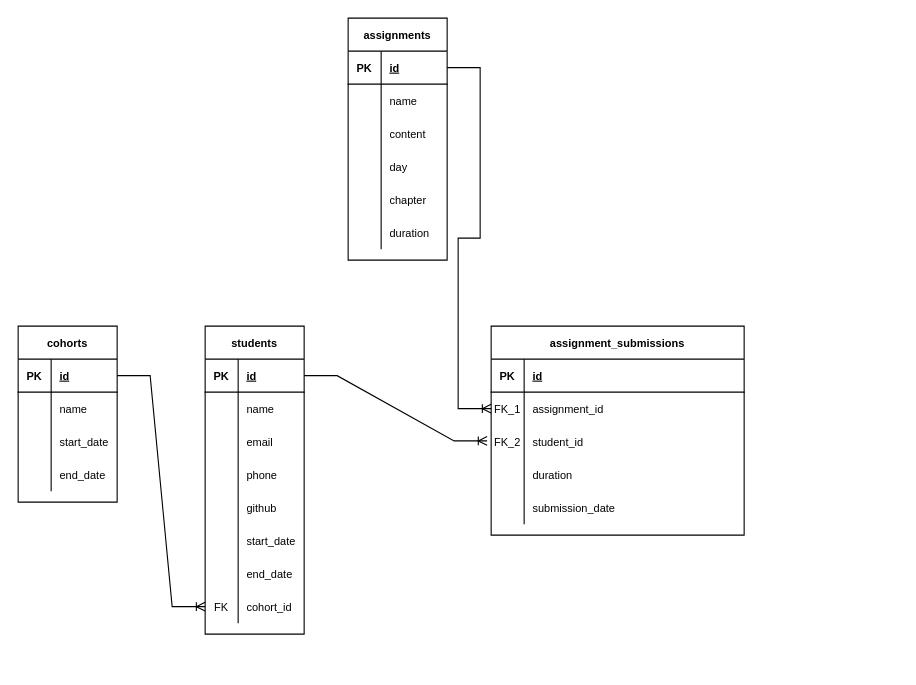
Earlier version of the draw.io diagram BootcampX.drawio (smjeffery22/BootcampX). Source tidied: cells renumbered, new cells numbered last; positions are measured from the earlier drawing's top-left corner, leaving out a move shared by most shapes. Both pictures are drawn from the tidied source at 110%, with x=0, y=0 at pixel (18, 18).
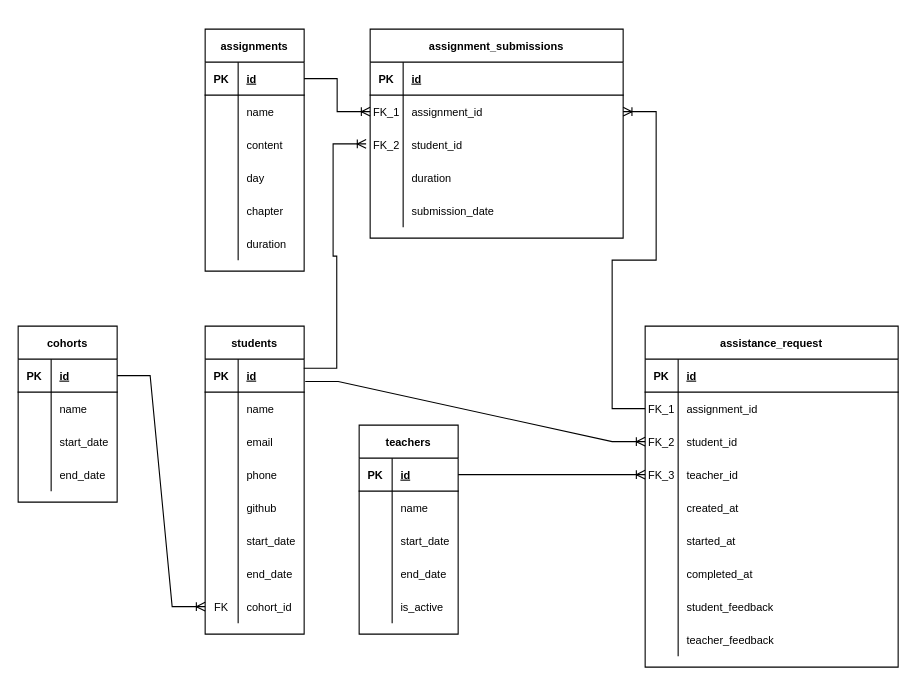
The same diagram, later.

Commit message:
Add teachers and assistance_requests entities

Unchanged cells that the change refers to:
```xml
<mxCell id="16" style="shape=partialRectangle;fillColor=none;points=[[0,0.5],[1,0.5]];portConstraint=eastwest;top=0;left=0;right=0;bottom=1;fontSize=10;" parent="15" vertex="1">
  <mxGeometry y="30" width="90" height="30" as="geometry" />
</mxCell>
<mxCell id="64" style="shape=partialRectangle;fillColor=none;points=[[0,0.5],[1,0.5]];portConstraint=eastwest;top=0;left=0;right=0;bottom=0;fontSize=10;" parent="60" vertex="1">
  <mxGeometry y="60" width="230" height="30" as="geometry" />
</mxCell>
<mxCell id="67" style="shape=partialRectangle;fillColor=none;points=[[0,0.5],[1,0.5]];portConstraint=eastwest;top=0;left=0;right=0;bottom=0;fontSize=10;" parent="60" vertex="1">
  <mxGeometry y="90" width="230" height="30" as="geometry" />
</mxCell>
```

The edit, as a diff of the source:
```diff
@@
     <mxCell id="41" value="assignments" style="shape=table;startSize=30;childLayout=tableLayout;rowLines=0;fontStyle=1;align=center;fontSize=10;" parent="1" vertex="1">
-      <mxGeometry x="300" width="90" height="220" as="geometry" />
+      <mxGeometry x="170" y="10" width="90" height="220" as="geometry" />
     </mxCell>
@@
     <mxCell id="60" value="assignment_submissions" style="shape=table;startSize=30;childLayout=tableLayout;rowLines=0;fontStyle=1;align=center;fontSize=10;" parent="1" vertex="1">
-      <mxGeometry x="430" y="280" width="230" height="190" as="geometry" />
+      <mxGeometry x="320" y="10" width="230" height="190" as="geometry" />
     </mxCell>
@@
-    <mxCell id="77" style="edgeStyle=entityRelationEdgeStyle;fontSize=12;html=1;endArrow=ERoneToMany;rounded=0;entryX=-0.016;entryY=0.478;entryDx=0;entryDy=0;entryPerimeter=0;" parent="1" edge="1" source="16" target="67">
+    <mxCell id="77" style="edgeStyle=entityRelationEdgeStyle;fontSize=12;html=1;endArrow=ERoneToMany;rounded=0;entryX=-0.016;entryY=0.478;entryDx=0;entryDy=0;entryPerimeter=0;exitX=0.996;exitY=0.278;exitDx=0;exitDy=0;exitPerimeter=0;" parent="1" edge="1" source="16" target="67">
       <mxGeometry relative="1" as="geometry" />
     </mxCell>
+    <mxCell id="78" value="teachers" style="shape=table;startSize=30;childLayout=tableLayout;rowLines=0;fontStyle=1;align=center;fontSize=10;" parent="1" vertex="1">
+      <mxGeometry x="310" y="370" width="90" height="190" as="geometry" />
+    </mxCell>
+    <mxCell id="79" style="shape=partialRectangle;fillColor=none;points=[[0,0.5],[1,0.5]];portConstraint=eastwest;top=0;left=0;right=0;bottom=1;fontSize=10;" parent="78" vertex="1">
+      <mxGeometry y="30" width="90" height="30" as="geometry" />
+    </mxCell>
+    <mxCell id="80" value="PK" style="shape=partialRectangle;overflow=hidden;fillColor=none;top=0;left=0;bottom=0;right=0;fontStyle=1;fontSize=10;" parent="79" vertex="1">
+      <mxGeometry width="30" height="30" as="geometry" />
+    </mxCell>
+    <mxCell id="81" value="id" style="shape=partialRectangle;overflow=hidden;fillColor=none;top=0;left=0;bottom=0;right=0;align=left;spacingLeft=6;fontStyle=5;fontSize=10;" parent="79" vertex="1">
+      <mxGeometry x="30" width="60" height="30" as="geometry" />
+    </mxCell>
+    <mxCell id="82" style="shape=partialRectangle;fillColor=none;top=0;left=0;right=0;bottom=0;fontSize=10;" parent="78" vertex="1">
+      <mxGeometry y="60" width="90" height="30" as="geometry" />
+    </mxCell>
+    <mxCell id="83" style="shape=partialRectangle;overflow=hidden;fillColor=none;top=0;left=0;bottom=0;right=0;fontSize=10;" parent="82" vertex="1">
+      <mxGeometry width="30" height="30" as="geometry" />
+    </mxCell>
+    <mxCell id="84" value="name" style="shape=partialRectangle;overflow=hidden;fillColor=none;top=0;left=0;bottom=0;right=0;align=left;spacingLeft=6;fontSize=10;" parent="82" vertex="1">
+      <mxGeometry x="30" width="60" height="30" as="geometry" />
+    </mxCell>
+    <mxCell id="85" style="shape=partialRectangle;fillColor=none;top=0;left=0;right=0;bottom=0;fontSize=10;" parent="78" vertex="1">
+      <mxGeometry y="90" width="90" height="30" as="geometry" />
+    </mxCell>
+    <mxCell id="86" style="shape=partialRectangle;overflow=hidden;fillColor=none;top=0;left=0;bottom=0;right=0;fontSize=10;" parent="85" vertex="1">
+      <mxGeometry width="30" height="30" as="geometry" />
+    </mxCell>
+    <mxCell id="87" value="start_date" style="shape=partialRectangle;overflow=hidden;fillColor=none;top=0;left=0;bottom=0;right=0;align=left;spacingLeft=6;fontSize=10;" parent="85" vertex="1">
+      <mxGeometry x="30" width="60" height="30" as="geometry" />
+    </mxCell>
+    <mxCell id="88" style="shape=partialRectangle;fillColor=none;top=0;left=0;right=0;bottom=0;fontSize=10;" parent="78" vertex="1">
+      <mxGeometry y="120" width="90" height="30" as="geometry" />
+    </mxCell>
+    <mxCell id="89" style="shape=partialRectangle;overflow=hidden;fillColor=none;top=0;left=0;bottom=0;right=0;fontSize=10;" parent="88" vertex="1">
+      <mxGeometry width="30" height="30" as="geometry" />
+    </mxCell>
+    <mxCell id="90" value="end_date" style="shape=partialRectangle;overflow=hidden;fillColor=none;top=0;left=0;bottom=0;right=0;align=left;spacingLeft=6;fontSize=10;" parent="88" vertex="1">
+      <mxGeometry x="30" width="60" height="30" as="geometry" />
+    </mxCell>
+    <mxCell id="91" style="shape=partialRectangle;fillColor=none;top=0;left=0;right=0;bottom=0;fontSize=10;" parent="78" vertex="1">
+      <mxGeometry y="150" width="90" height="30" as="geometry" />
+    </mxCell>
+    <mxCell id="92" style="shape=partialRectangle;overflow=hidden;fillColor=none;top=0;left=0;bottom=0;right=0;fontSize=10;" parent="91" vertex="1">
+      <mxGeometry width="30" height="30" as="geometry" />
+    </mxCell>
+    <mxCell id="93" value="is_active" style="shape=partialRectangle;overflow=hidden;fillColor=none;top=0;left=0;bottom=0;right=0;align=left;spacingLeft=6;fontSize=10;" parent="91" vertex="1">
+      <mxGeometry x="30" width="60" height="30" as="geometry" />
+    </mxCell>
+    <mxCell id="94" value="assistance_request" style="shape=table;startSize=30;childLayout=tableLayout;rowLines=0;fontStyle=1;align=center;fontSize=10;" parent="1" vertex="1">
+      <mxGeometry x="570" y="280" width="230" height="310" as="geometry" />
+    </mxCell>
+    <mxCell id="95" style="shape=partialRectangle;fillColor=none;top=0;left=0;right=0;bottom=1;fontSize=10;" parent="94" vertex="1">
+      <mxGeometry y="30" width="230" height="30" as="geometry" />
+    </mxCell>
+    <mxCell id="96" value="PK" style="shape=partialRectangle;overflow=hidden;fillColor=none;top=0;left=0;bottom=0;right=0;fontStyle=1;fontSize=10;" parent="95" vertex="1">
+      <mxGeometry width="30" height="30" as="geometry" />
+    </mxCell>
+    <mxCell id="97" value="id" style="shape=partialRectangle;overflow=hidden;fillColor=none;top=0;left=0;bottom=0;right=0;align=left;spacingLeft=6;fontStyle=5;fontSize=10;" parent="95" vertex="1">
+      <mxGeometry x="30" width="200" height="30" as="geometry" />
+    </mxCell>
+    <mxCell id="98" style="shape=partialRectangle;fillColor=none;points=[[0,0.5],[1,0.5]];portConstraint=eastwest;top=0;left=0;right=0;bottom=0;fontSize=10;" parent="94" vertex="1">
+      <mxGeometry y="60" width="230" height="30" as="geometry" />
+    </mxCell>
+    <mxCell id="99" value="FK_1" style="shape=partialRectangle;overflow=hidden;fillColor=none;top=0;left=0;bottom=0;right=0;fontSize=10;" parent="98" vertex="1">
+      <mxGeometry width="30" height="30" as="geometry" />
+    </mxCell>
+    <mxCell id="100" value="assignment_id" style="shape=partialRectangle;overflow=hidden;fillColor=none;top=0;left=0;bottom=0;right=0;align=left;spacingLeft=6;fontSize=10;" parent="98" vertex="1">
+      <mxGeometry x="30" width="200" height="30" as="geometry" />
+    </mxCell>
+    <mxCell id="101" style="shape=partialRectangle;fillColor=none;points=[[0,0.5],[1,0.5]];portConstraint=eastwest;top=0;left=0;right=0;bottom=0;fontSize=10;" parent="94" vertex="1">
+      <mxGeometry y="90" width="230" height="30" as="geometry" />
+    </mxCell>
+    <mxCell id="102" value="FK_2" style="shape=partialRectangle;overflow=hidden;fillColor=none;top=0;left=0;bottom=0;right=0;fontSize=10;" parent="101" vertex="1">
+      <mxGeometry width="30" height="30" as="geometry" />
+    </mxCell>
+    <mxCell id="103" value="student_id" style="shape=partialRectangle;overflow=hidden;fillColor=none;top=0;left=0;bottom=0;right=0;align=left;spacingLeft=6;fontSize=10;" parent="101" vertex="1">
+      <mxGeometry x="30" width="200" height="30" as="geometry" />
+    </mxCell>
+    <mxCell id="104" style="shape=partialRectangle;fillColor=none;points=[[0,0.5],[1,0.5]];portConstraint=eastwest;top=0;left=0;right=0;bottom=0;fontSize=10;" parent="94" vertex="1">
+      <mxGeometry y="120" width="230" height="30" as="geometry" />
+    </mxCell>
+    <mxCell id="105" value="FK_3" style="shape=partialRectangle;overflow=hidden;fillColor=none;top=0;left=0;bottom=0;right=0;fontSize=10;" parent="104" vertex="1">
+      <mxGeometry width="30" height="30" as="geometry" />
+    </mxCell>
+    <mxCell id="106" value="teacher_id" style="shape=partialRectangle;overflow=hidden;fillColor=none;top=0;left=0;bottom=0;right=0;align=left;spacingLeft=6;fontSize=10;" parent="104" vertex="1">
+      <mxGeometry x="30" width="200" height="30" as="geometry" />
+    </mxCell>
+    <mxCell id="107" style="shape=partialRectangle;fillColor=none;top=0;left=0;right=0;bottom=0;fontSize=10;" parent="94" vertex="1">
+      <mxGeometry y="150" width="230" height="30" as="geometry" />
+    </mxCell>
+    <mxCell id="108" style="shape=partialRectangle;overflow=hidden;fillColor=none;top=0;left=0;bottom=0;right=0;fontSize=10;" parent="107" vertex="1">
+      <mxGeometry width="30" height="30" as="geometry" />
+    </mxCell>
+    <mxCell id="109" value="created_at" style="shape=partialRectangle;overflow=hidden;fillColor=none;top=0;left=0;bottom=0;right=0;align=left;spacingLeft=6;fontSize=10;" parent="107" vertex="1">
+      <mxGeometry x="30" width="200" height="30" as="geometry" />
+    </mxCell>
+    <mxCell id="110" style="shape=partialRectangle;fillColor=none;top=0;left=0;right=0;bottom=0;fontSize=10;" parent="94" vertex="1">
+      <mxGeometry y="180" width="230" height="30" as="geometry" />
+    </mxCell>
+    <mxCell id="111" style="shape=partialRectangle;overflow=hidden;fillColor=none;top=0;left=0;bottom=0;right=0;fontSize=10;" parent="110" vertex="1">
+      <mxGeometry width="30" height="30" as="geometry" />
+    </mxCell>
+    <mxCell id="112" value="started_at" style="shape=partialRectangle;overflow=hidden;fillColor=none;top=0;left=0;bottom=0;right=0;align=left;spacingLeft=6;fontSize=10;" parent="110" vertex="1">
+      <mxGeometry x="30" width="200" height="30" as="geometry" />
+    </mxCell>
+    <mxCell id="113" style="shape=partialRectangle;fillColor=none;top=0;left=0;right=0;bottom=0;fontSize=10;" parent="94" vertex="1">
+      <mxGeometry y="210" width="230" height="30" as="geometry" />
+    </mxCell>
+    <mxCell id="114" style="shape=partialRectangle;overflow=hidden;fillColor=none;top=0;left=0;bottom=0;right=0;fontSize=10;" parent="113" vertex="1">
+      <mxGeometry width="30" height="30" as="geometry" />
+    </mxCell>
+    <mxCell id="115" value="completed_at" style="shape=partialRectangle;overflow=hidden;fillColor=none;top=0;left=0;bottom=0;right=0;align=left;spacingLeft=6;fontSize=10;" parent="113" vertex="1">
+      <mxGeometry x="30" width="200" height="30" as="geometry" />
+    </mxCell>
+    <mxCell id="116" style="shape=partialRectangle;fillColor=none;top=0;left=0;right=0;bottom=0;fontSize=10;" parent="94" vertex="1">
+      <mxGeometry y="240" width="230" height="30" as="geometry" />
+    </mxCell>
+    <mxCell id="117" style="shape=partialRectangle;overflow=hidden;fillColor=none;top=0;left=0;bottom=0;right=0;fontSize=10;" parent="116" vertex="1">
+      <mxGeometry width="30" height="30" as="geometry" />
+    </mxCell>
+    <mxCell id="118" value="student_feedback" style="shape=partialRectangle;overflow=hidden;fillColor=none;top=0;left=0;bottom=0;right=0;align=left;spacingLeft=6;fontSize=10;" parent="116" vertex="1">
+      <mxGeometry x="30" width="200" height="30" as="geometry" />
+    </mxCell>
+    <mxCell id="119" style="shape=partialRectangle;fillColor=none;top=0;left=0;right=0;bottom=0;fontSize=10;" parent="94" vertex="1">
+      <mxGeometry y="270" width="230" height="30" as="geometry" />
+    </mxCell>
+    <mxCell id="120" style="shape=partialRectangle;overflow=hidden;fillColor=none;top=0;left=0;bottom=0;right=0;fontSize=10;" parent="119" vertex="1">
+      <mxGeometry width="30" height="30" as="geometry" />
+    </mxCell>
+    <mxCell id="121" value="teacher_feedback" style="shape=partialRectangle;overflow=hidden;fillColor=none;top=0;left=0;bottom=0;right=0;align=left;spacingLeft=6;fontSize=10;" parent="119" vertex="1">
+      <mxGeometry x="30" width="200" height="30" as="geometry" />
+    </mxCell>
+    <mxCell id="122" style="edgeStyle=entityRelationEdgeStyle;fontSize=12;html=1;endArrow=ERoneToMany;rounded=0;exitX=0;exitY=0.5;exitDx=0;exitDy=0;entryX=1;entryY=0.5;entryDx=0;entryDy=0;" parent="1" edge="1" source="98" target="64">
+      <mxGeometry relative="1" as="geometry" />
+    </mxCell>
+    <mxCell id="123" style="edgeStyle=entityRelationEdgeStyle;fontSize=12;html=1;endArrow=ERoneToMany;rounded=0;exitX=1.011;exitY=0.678;exitDx=0;exitDy=0;exitPerimeter=0;entryX=0;entryY=0.5;entryDx=0;entryDy=0;" parent="1" edge="1" source="16" target="101">
+      <mxGeometry relative="1" as="geometry" />
+    </mxCell>
+    <mxCell id="124" style="edgeStyle=entityRelationEdgeStyle;fontSize=12;html=1;endArrow=ERoneToMany;rounded=0;exitX=1;exitY=0.5;exitDx=0;exitDy=0;entryX=0;entryY=0.5;entryDx=0;entryDy=0;" parent="1" edge="1" source="79" target="104">
+      <mxGeometry relative="1" as="geometry" />
+    </mxCell>
```
